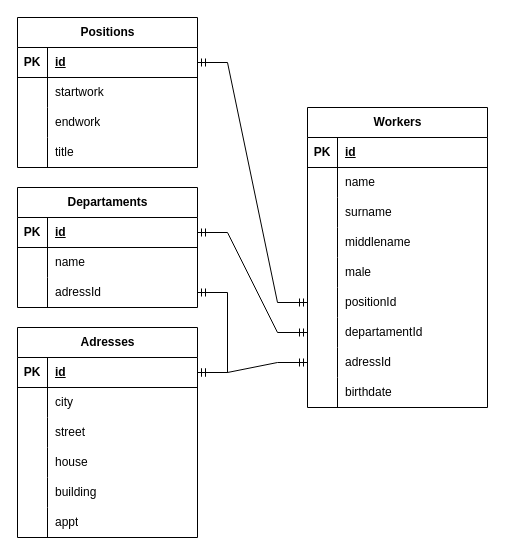
pranatoli/task6 keeps this draw.io diagram as models/Диаграмма без названия.drawio. Above is the earlier version. Source tidied: cells renumbered, new cells numbered last; positions are measured from the earlier drawing's top-left corner, leaving out a move shared by most shapes. Both pictures are drawn from the tidied source at 100%, with x=0, y=0 at pixel (17, 17).
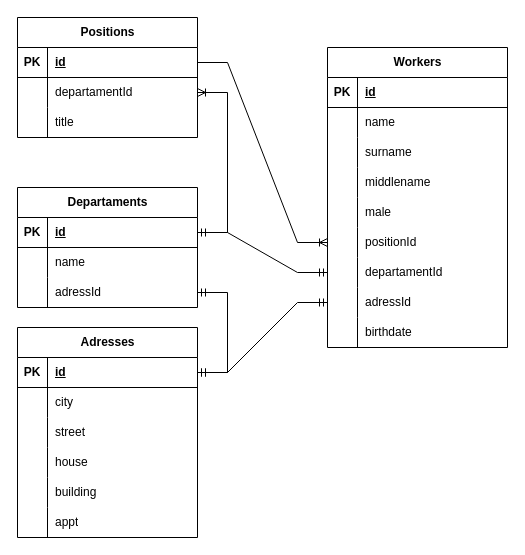
The same diagram, later.

Unchanged cells that the change refers to:
```xml
<mxCell id="3" style="shape=tableRow;horizontal=0;startSize=0;swimlaneHead=0;swimlaneBody=0;fillColor=none;points=[[0,0.5],[1,0.5]];portConstraint=eastwest;top=0;left=0;right=0;bottom=1;" parent="2" vertex="1">
  <mxGeometry y="30" width="180" height="30" as="geometry" />
</mxCell>
<mxCell id="6" style="shape=tableRow;horizontal=0;startSize=0;swimlaneHead=0;swimlaneBody=0;fillColor=none;points=[[0,0.5],[1,0.5]];portConstraint=eastwest;top=0;left=0;right=0;bottom=0;" parent="2" vertex="1">
  <mxGeometry y="60" width="180" height="30" as="geometry" />
</mxCell>
<mxCell id="31" style="shape=tableRow;horizontal=0;startSize=0;swimlaneHead=0;swimlaneBody=0;fillColor=none;points=[[0,0.5],[1,0.5]];portConstraint=eastwest;top=0;left=0;right=0;bottom=0;" parent="15" vertex="1">
  <mxGeometry y="180" width="180" height="30" as="geometry" />
</mxCell>
<mxCell id="44" style="shape=tableRow;horizontal=0;startSize=0;swimlaneHead=0;swimlaneBody=0;fillColor=none;points=[[0,0.5],[1,0.5]];portConstraint=eastwest;top=0;left=0;right=0;bottom=1;" parent="43" vertex="1">
  <mxGeometry y="30" width="180" height="30" as="geometry" />
</mxCell>
<mxCell id="50" style="shape=tableRow;horizontal=0;startSize=0;swimlaneHead=0;swimlaneBody=0;fillColor=none;points=[[0,0.5],[1,0.5]];portConstraint=eastwest;top=0;left=0;right=0;bottom=0;" parent="43" vertex="1">
  <mxGeometry y="90" width="180" height="30" as="geometry" />
</mxCell>
<mxCell id="54" style="shape=tableRow;horizontal=0;startSize=0;swimlaneHead=0;swimlaneBody=0;fillColor=none;points=[[0,0.5],[1,0.5]];portConstraint=eastwest;top=0;left=0;right=0;bottom=1;" parent="53" vertex="1">
  <mxGeometry y="30" width="180" height="30" as="geometry" />
</mxCell>
```

The edit, as a diff of the source:
```diff
@@
     <mxCell id="2" value="Positions" style="shape=table;startSize=30;childLayout=tableLayout;rowLines=0;fontStyle=1;align=center;html=1;" parent="1" vertex="1">
-      <mxGeometry width="180" height="150" as="geometry" />
+      <mxGeometry width="180" height="120" as="geometry" />
     </mxCell>
@@
-    <mxCell id="8" value="startwork" style="shape=partialRectangle;fillColor=none;top=0;left=0;bottom=0;right=0;align=left;spacingLeft=6;overflow=hidden;whiteSpace=wrap;html=1;" parent="6" vertex="1">
+    <mxCell id="8" value="departamentId" style="shape=partialRectangle;fillColor=none;top=0;left=0;bottom=0;right=0;align=left;spacingLeft=6;overflow=hidden;whiteSpace=wrap;html=1;" parent="6" vertex="1">
       <mxGeometry x="30" width="150" height="30" as="geometry" />
     </mxCell>
-    <mxCell id="9" style="shape=tableRow;horizontal=0;startSize=0;swimlaneHead=0;swimlaneBody=0;fillColor=none;top=0;left=0;right=0;bottom=0;" parent="2" vertex="1">
-      <mxGeometry y="90" width="180" height="30" as="geometry" />
-    </mxCell>
-    <mxCell id="10" style="shape=partialRectangle;fillColor=none;top=0;left=0;bottom=0;right=0;overflow=hidden;whiteSpace=wrap;html=1;" parent="9" vertex="1">
-      <mxGeometry width="30" height="30" as="geometry" />
-    </mxCell>
-    <mxCell id="11" value="endwork" style="shape=partialRectangle;fillColor=none;top=0;left=0;bottom=0;right=0;align=left;spacingLeft=6;overflow=hidden;whiteSpace=wrap;html=1;" parent="9" vertex="1">
-      <mxGeometry x="30" width="150" height="30" as="geometry" />
-    </mxCell>
     <mxCell id="12" style="shape=tableRow;horizontal=0;startSize=0;swimlaneHead=0;swimlaneBody=0;fillColor=none;top=0;left=0;right=0;bottom=0;" parent="2" vertex="1">
-      <mxGeometry y="120" width="180" height="30" as="geometry" />
+      <mxGeometry y="90" width="180" height="30" as="geometry" />
     </mxCell>
@@
     <mxCell id="15" value="Workers" style="shape=table;startSize=30;childLayout=tableLayout;rowLines=0;fontStyle=1;align=center;html=1;" parent="1" vertex="1">
-      <mxGeometry x="290" y="90" width="180" height="300" as="geometry" />
+      <mxGeometry x="310" y="30" width="180" height="300" as="geometry" />
     </mxCell>
@@
+    <mxCell id="75" style="edgeStyle=entityRelationEdgeStyle;fontSize=12;html=1;endArrow=ERmandOne;startArrow=ERmandOne;rounded=0;" parent="1" edge="1" source="50" target="54">
+      <mxGeometry relative="1" as="geometry" />
+    </mxCell>
-    <mxCell id="74" style="edgeStyle=entityRelationEdgeStyle;fontSize=12;html=1;endArrow=ERmandOne;startArrow=ERmandOne;rounded=0;" parent="1" edge="1" source="3" target="31">
+    <mxCell id="74" style="edgeStyle=entityRelationEdgeStyle;fontSize=12;html=1;endArrow=ERoneToMany;rounded=0;" parent="1" edge="1" source="3" target="31">
       <mxGeometry relative="1" as="geometry" />
     </mxCell>
-    <mxCell id="75" style="edgeStyle=entityRelationEdgeStyle;fontSize=12;html=1;endArrow=ERmandOne;startArrow=ERmandOne;rounded=0;" parent="1" edge="1" source="50" target="54">
-      <mxGeometry relative="1" as="geometry" />
-    </mxCell>
+    <mxCell id="76" style="edgeStyle=entityRelationEdgeStyle;fontSize=12;html=1;endArrow=ERoneToMany;rounded=0;" parent="1" edge="1" source="44" target="6">
+      <mxGeometry relative="1" as="geometry" />
+    </mxCell>
```
